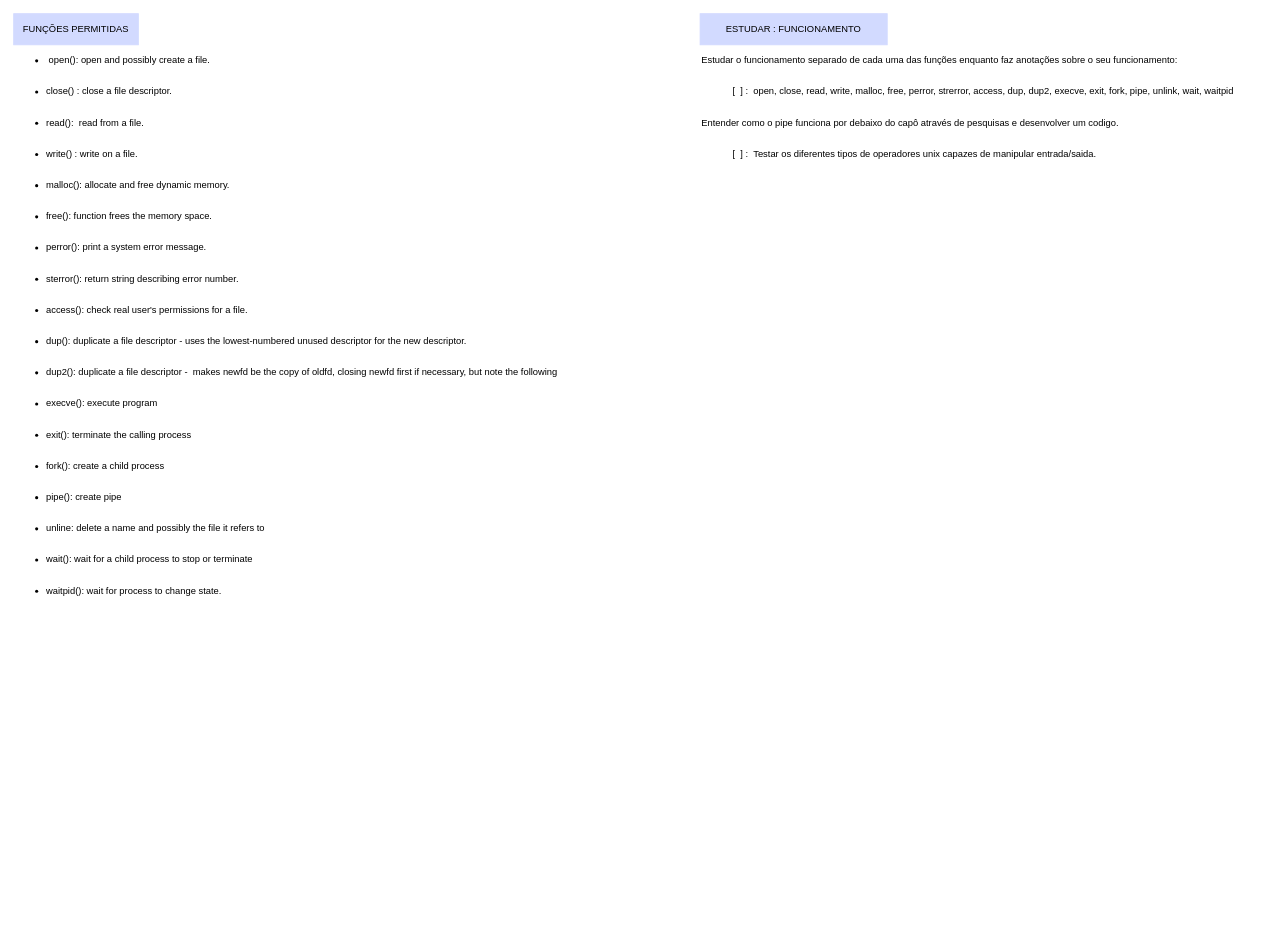
The draw.io diagram rscs/pipex.drawio in mewmewdevart/pipex, before the edit. Source tidied: cells renumbered, new cells numbered last; positions are measured from the earlier drawing's top-left corner, leaving out a move shared by most shapes. Both pictures are drawn from the tidied source at 78%, with x=0, y=0 at pixel (13, 13).
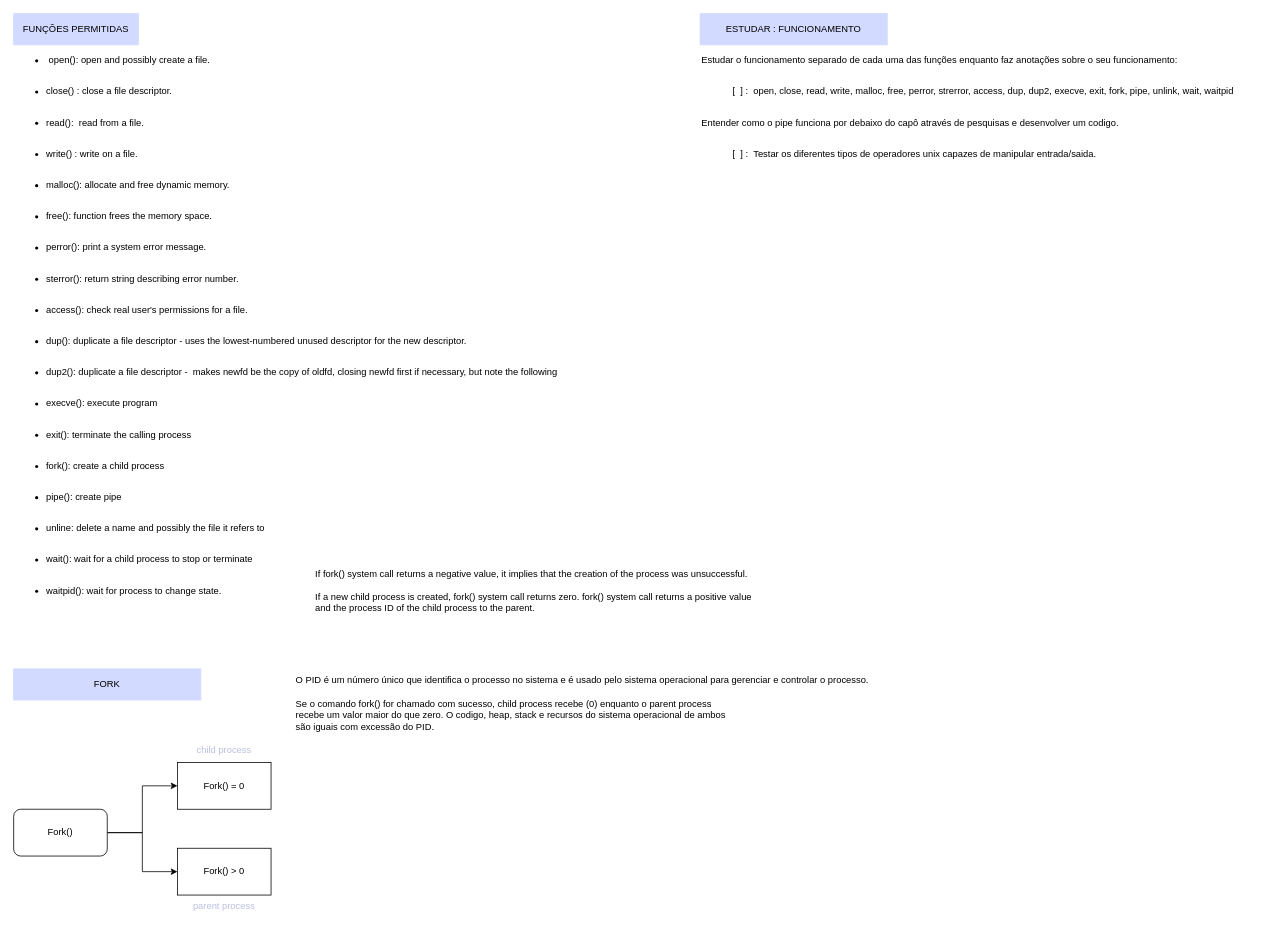
The same diagram, later.

Diff of the diagram source:
```diff
@@
+    <mxCell id="26" value="FORK" style="text;html=1;align=center;verticalAlign=middle;whiteSpace=wrap;rounded=0;fillColor=#D2DAFF;strokeColor=#D2DAFF;" parent="1" vertex="1">
+      <mxGeometry y="840" width="240" height="40" as="geometry" />
+    </mxCell>
+    <mxCell id="27" style="edgeStyle=orthogonalEdgeStyle;rounded=0;jettySize=auto;html=1;exitX=1;exitY=0.5;exitDx=0;exitDy=0;entryX=0;entryY=0.5;entryDx=0;entryDy=0;" parent="1" edge="1" source="29" target="30">
+      <mxGeometry relative="1" as="geometry" />
+    </mxCell>
+    <mxCell id="28" style="edgeStyle=orthogonalEdgeStyle;rounded=0;jettySize=auto;html=1;exitX=1;exitY=0.5;exitDx=0;exitDy=0;" parent="1" edge="1" source="29" target="31">
+      <mxGeometry relative="1" as="geometry" />
+    </mxCell>
+    <mxCell id="29" value="Fork()" style="rounded=1;whiteSpace=wrap;html=1;" parent="1" vertex="1">
+      <mxGeometry y="1020" width="120" height="60" as="geometry" />
+    </mxCell>
+    <mxCell id="30" value="Fork() = 0" style="rounded=0;whiteSpace=wrap;html=1;" parent="1" vertex="1">
+      <mxGeometry x="210" y="960" width="120" height="60" as="geometry" />
+    </mxCell>
+    <mxCell id="31" value="Fork() &amp;gt; 0" style="rounded=0;whiteSpace=wrap;html=1;" parent="1" vertex="1">
+      <mxGeometry x="210" y="1070" width="120" height="60" as="geometry" />
+    </mxCell>
+    <mxCell id="32" value="&lt;p style=&quot;line-height: 130%;&quot;&gt;&lt;font color=&quot;#b9c0e0&quot;&gt;child process&lt;/font&gt;&lt;/p&gt;" style="text;html=1;strokeColor=none;fillColor=none;align=center;verticalAlign=middle;whiteSpace=wrap;rounded=0;" parent="1" vertex="1">
+      <mxGeometry x="220" y="930" width="100" height="30" as="geometry" />
+    </mxCell>
+    <mxCell id="33" value="&lt;p style=&quot;line-height: 130%;&quot;&gt;&lt;font color=&quot;#b9c0e0&quot;&gt;parent process&lt;/font&gt;&lt;/p&gt;" style="text;html=1;strokeColor=none;fillColor=none;align=center;verticalAlign=middle;whiteSpace=wrap;rounded=0;" parent="1" vertex="1">
+      <mxGeometry x="220" y="1130" width="100" height="30" as="geometry" />
+    </mxCell>
+    <mxCell id="34" value="O PID é um número único que identifica o processo no sistema e é usado pelo sistema operacional para gerenciar e controlar o processo." style="text;html=1;strokeColor=none;fillColor=none;align=left;verticalAlign=middle;whiteSpace=wrap;rounded=0;" parent="1" vertex="1">
+      <mxGeometry x="360" y="840" width="760" height="30" as="geometry" />
+    </mxCell>
+    <mxCell id="35" value="Se o comando fork() for chamado com sucesso, child process recebe (0) enquanto o parent process recebe um valor maior do que zero. O codigo, heap, stack e recursos do sistema operacional de ambos são iguais com excessão do PID." style="text;html=1;strokeColor=none;fillColor=none;align=left;verticalAlign=middle;whiteSpace=wrap;rounded=0;" parent="1" vertex="1">
+      <mxGeometry x="360" y="870" width="570" height="60" as="geometry" />
+    </mxCell>
+    <mxCell id="36" value="If fork() system call returns a negative value, it implies that the creation of the process was unsuccessful.&lt;br&gt;&lt;br&gt;If a new child process is created, fork() system call returns zero. fork() system call returns a positive value and the process ID of the child process to the parent." style="text;html=1;strokeColor=none;fillColor=none;align=left;verticalAlign=middle;whiteSpace=wrap;rounded=0;" parent="1" vertex="1">
+      <mxGeometry x="385" y="710" width="570" height="60" as="geometry" />
+    </mxCell>
```
